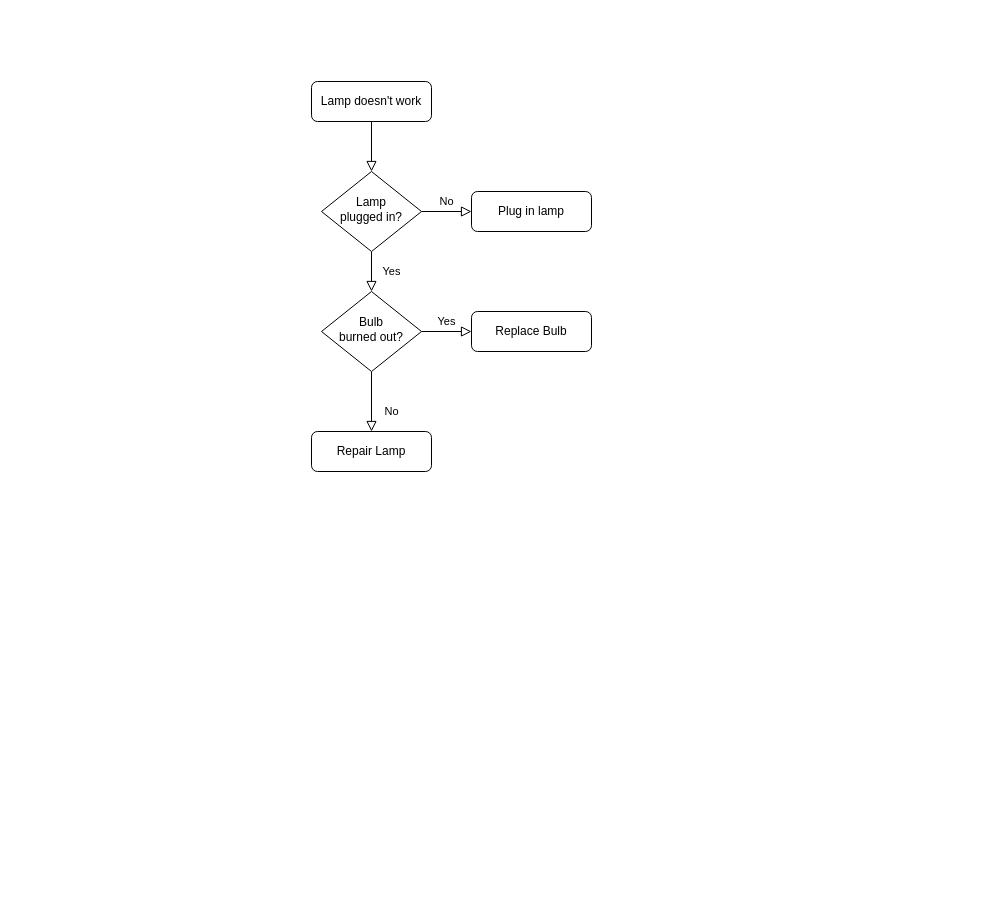
Above: 微信預警掃碼機制.drawio in YaoKaiPeng/z-my-draw.io (draw.io), before the change. Source tidied: cells renumbered, new cells numbered last; positions are measured from the earlier drawing's top-left corner, leaving out a move shared by most shapes. Both pictures are drawn from the tidied source at 100%, with x=0, y=0 at pixel (311, 81). Pictures stored in the file or linked from it are replaced by grey dashed boxes.
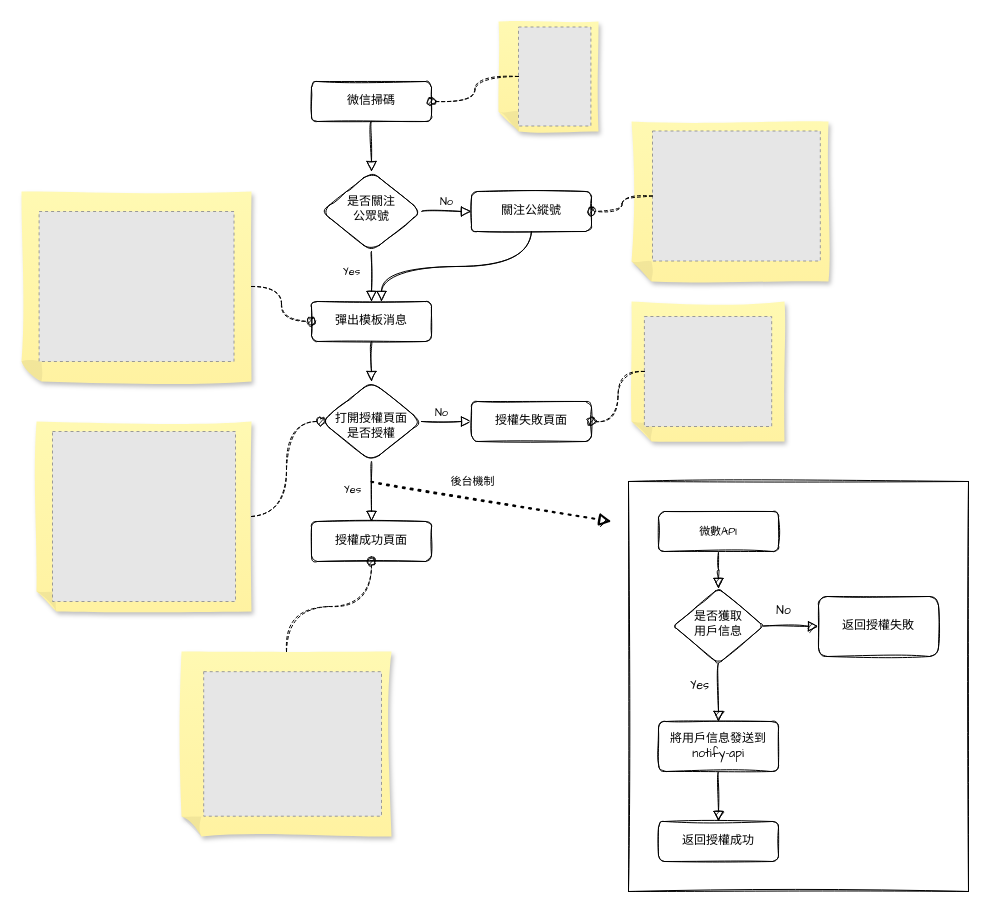
Above is the later version.

Commit message:
更新微信預警掃碼機制.drawio

The edit, as a diff of the source:
```diff
@@
+    <mxCell id="13" style="rounded=0;whiteSpace=wrap;html=1;shadow=0;sketch=1;fontFamily=Architects Daughter;fontSize=12;fontColor=default;strokeColor=default;strokeWidth=1;fillColor=none;" parent="1" vertex="1">
+      <mxGeometry x="317" y="400" width="340" height="410" as="geometry" />
+    </mxCell>
-    <mxCell id="2" style="rounded=0;html=1;jettySize=auto;fontSize=11;endArrow=block;endFill=0;endSize=8;strokeWidth=1;shadow=0;labelBackgroundColor=none;edgeStyle=orthogonalEdgeStyle;" parent="1" edge="1" source="3" target="6">
+    <mxCell id="2" style="rounded=1;html=1;jettySize=auto;fontSize=11;endArrow=block;endFill=0;endSize=8;strokeWidth=1;shadow=0;labelBackgroundColor=none;edgeStyle=orthogonalEdgeStyle;sketch=1;curved=1;fontFamily=Architects Daughter;" parent="1" edge="1" source="3" target="6">
       <mxGeometry relative="1" as="geometry" />
     </mxCell>
-    <mxCell id="3" value="Lamp doesn't work" style="rounded=1;whiteSpace=wrap;html=1;fontSize=12;glass=0;strokeWidth=1;shadow=0;" parent="1" vertex="1">
+    <mxCell id="3" value="&lt;font&gt;微信掃碼&lt;/font&gt;" style="rounded=1;whiteSpace=wrap;html=1;fontSize=12;glass=0;strokeWidth=1;shadow=0;sketch=1;fontFamily=Architects Daughter;" parent="1" vertex="1">
       <mxGeometry width="120" height="40" as="geometry" />
     </mxCell>
-    <mxCell id="4" value="Yes" style="rounded=0;html=1;jettySize=auto;fontSize=11;endArrow=block;endFill=0;endSize=8;strokeWidth=1;shadow=0;labelBackgroundColor=none;edgeStyle=orthogonalEdgeStyle;" parent="1" edge="1" source="6" target="10">
-      <mxGeometry y="20" relative="1" as="geometry" />
+    <mxCell id="4" value="Yes" style="rounded=1;html=1;jettySize=auto;fontSize=11;endArrow=block;endFill=0;endSize=8;strokeWidth=1;shadow=0;labelBackgroundColor=none;edgeStyle=orthogonalEdgeStyle;sketch=1;curved=1;entryX=0.5;entryY=0;entryDx=0;entryDy=0;fontFamily=Architects Daughter;" parent="1" edge="1" source="6" target="16">
+      <mxGeometry x="-0.2" y="-20" relative="1" as="geometry" />
     </mxCell>
-    <mxCell id="5" value="No" style="edgeStyle=orthogonalEdgeStyle;rounded=0;html=1;jettySize=auto;fontSize=11;endArrow=block;endFill=0;endSize=8;strokeWidth=1;shadow=0;labelBackgroundColor=none;" parent="1" edge="1" source="6" target="7">
+    <mxCell id="5" value="No" style="edgeStyle=orthogonalEdgeStyle;rounded=1;html=1;jettySize=auto;fontSize=11;endArrow=block;endFill=0;endSize=8;strokeWidth=1;shadow=0;labelBackgroundColor=none;sketch=1;curved=1;fontFamily=Architects Daughter;" parent="1" edge="1" source="6" target="7">
       <mxGeometry y="10" relative="1" as="geometry" />
     </mxCell>
-    <mxCell id="6" value="Lamp&lt;br&gt;plugged in?" style="rhombus;whiteSpace=wrap;html=1;shadow=0;fontFamily=Helvetica;fontSize=12;align=center;strokeWidth=1;spacing=6;spacingTop=-4;" parent="1" vertex="1">
+    <mxCell id="6" value="是否關注&lt;br&gt;公眾號" style="rhombus;whiteSpace=wrap;html=1;shadow=0;fontFamily=Architects Daughter;fontSize=12;align=center;strokeWidth=1;spacing=6;spacingTop=-4;sketch=1;rounded=1;" parent="1" vertex="1">
       <mxGeometry x="10" y="90" width="100" height="80" as="geometry" />
     </mxCell>
+    <mxCell id="14" style="edgeStyle=orthogonalEdgeStyle;shape=connector;curved=1;rounded=1;sketch=1;jettySize=auto;html=1;exitX=0.5;exitY=1;exitDx=0;exitDy=0;entryX=0.583;entryY=0;entryDx=0;entryDy=0;entryPerimeter=0;shadow=0;labelBackgroundColor=none;fontFamily=Architects Daughter;fontSize=11;fontColor=default;endArrow=block;endFill=0;endSize=8;strokeColor=default;strokeWidth=1;" parent="1" edge="1" source="7" target="16">
+      <mxGeometry relative="1" as="geometry" />
+    </mxCell>
-    <mxCell id="7" value="Plug in lamp" style="rounded=1;whiteSpace=wrap;html=1;fontSize=12;glass=0;strokeWidth=1;shadow=0;" parent="1" vertex="1">
+    <mxCell id="7" value="關注公縱號" style="rounded=1;whiteSpace=wrap;html=1;fontSize=12;glass=0;strokeWidth=1;shadow=0;sketch=1;fontFamily=Architects Daughter;" parent="1" vertex="1">
       <mxGeometry x="160" y="110" width="120" height="40" as="geometry" />
     </mxCell>
-    <mxCell id="8" value="No" style="rounded=0;html=1;jettySize=auto;fontSize=11;endArrow=block;endFill=0;endSize=8;strokeWidth=1;shadow=0;labelBackgroundColor=none;edgeStyle=orthogonalEdgeStyle;" parent="1" edge="1" source="10" target="11">
-      <mxGeometry x="0.33" y="20" relative="1" as="geometry" />
-    </mxCell>
-    <mxCell id="9" value="Yes" style="edgeStyle=orthogonalEdgeStyle;rounded=0;html=1;jettySize=auto;fontSize=11;endArrow=block;endFill=0;endSize=8;strokeWidth=1;shadow=0;labelBackgroundColor=none;" parent="1" edge="1" source="10" target="12">
-      <mxGeometry y="10" relative="1" as="geometry" />
-    </mxCell>
-    <mxCell id="10" value="Bulb&lt;br&gt;burned out?" style="rhombus;whiteSpace=wrap;html=1;shadow=0;fontFamily=Helvetica;fontSize=12;align=center;strokeWidth=1;spacing=6;spacingTop=-4;" parent="1" vertex="1">
-      <mxGeometry x="10" y="210" width="100" height="80" as="geometry" />
-    </mxCell>
-    <mxCell id="11" value="Repair Lamp" style="rounded=1;whiteSpace=wrap;html=1;fontSize=12;glass=0;strokeWidth=1;shadow=0;" parent="1" vertex="1">
-      <mxGeometry y="350" width="120" height="40" as="geometry" />
-    </mxCell>
-    <mxCell id="12" value="Replace Bulb" style="rounded=1;whiteSpace=wrap;html=1;fontSize=12;glass=0;strokeWidth=1;shadow=0;" parent="1" vertex="1">
-      <mxGeometry x="160" y="230" width="120" height="40" as="geometry" />
-    </mxCell>
+    <mxCell id="15" style="edgeStyle=none;curved=1;rounded=1;sketch=1;hachureGap=4;jettySize=auto;html=1;entryX=0.5;entryY=0;entryDx=0;entryDy=0;fontFamily=Architects Daughter;fontSize=11;endArrow=block;startSize=14;endSize=8;sourcePerimeterSpacing=8;targetPerimeterSpacing=8;labelBackgroundColor=none;endFill=0;strokeWidth=1;shadow=0;exitX=0.5;exitY=1;exitDx=0;exitDy=0;" parent="1" edge="1" source="16" target="21">
+      <mxGeometry relative="1" as="geometry" />
+    </mxCell>
+    <mxCell id="16" value="&lt;font&gt;彈出模板消息&lt;/font&gt;" style="rounded=1;whiteSpace=wrap;html=1;fontSize=12;glass=0;strokeWidth=1;shadow=0;sketch=1;fontFamily=Architects Daughter;" parent="1" vertex="1">
+      <mxGeometry y="220" width="120" height="40" as="geometry" />
+    </mxCell>
+    <mxCell id="17" style="edgeStyle=orthogonalEdgeStyle;shape=connector;curved=1;rounded=1;sketch=1;jettySize=auto;html=1;exitX=1;exitY=0.5;exitDx=0;exitDy=0;shadow=0;labelBackgroundColor=none;fontFamily=Architects Daughter;fontSize=11;fontColor=default;endArrow=block;endFill=0;endSize=8;strokeColor=default;strokeWidth=1;" parent="1" edge="1" source="21">
+      <mxGeometry relative="1" as="geometry">
+        <mxPoint x="160" y="340" as="targetPoint" />
+      </mxGeometry>
+    </mxCell>
+    <mxCell id="18" value="No" style="edgeLabel;html=1;align=center;verticalAlign=middle;fontSize=11;fontFamily=Architects Daughter;fontColor=default;" parent="17" vertex="1">
+      <mxGeometry x="-0.26" relative="1" as="geometry">
+        <mxPoint y="-10" as="offset" />
+      </mxGeometry>
+    </mxCell>
+    <mxCell id="19" style="edgeStyle=orthogonalEdgeStyle;shape=connector;curved=1;rounded=1;sketch=1;jettySize=auto;html=1;shadow=0;labelBackgroundColor=none;fontFamily=Architects Daughter;fontSize=11;fontColor=default;endArrow=block;endFill=0;endSize=8;strokeColor=default;strokeWidth=1;entryX=0.5;entryY=0;entryDx=0;entryDy=0;" parent="1" edge="1" source="21" target="23">
+      <mxGeometry relative="1" as="geometry" />
+    </mxCell>
+    <mxCell id="20" value="Yes" style="edgeLabel;html=1;align=center;verticalAlign=middle;fontSize=11;fontFamily=Architects Daughter;fontColor=default;" parent="19" vertex="1">
+      <mxGeometry x="-0.1" relative="1" as="geometry">
+        <mxPoint x="-20" as="offset" />
+      </mxGeometry>
+    </mxCell>
+    <mxCell id="21" value="&lt;span style=&quot;&quot;&gt;&lt;br&gt;打開授權頁面&lt;br&gt;是否授權&lt;br&gt;&lt;/span&gt;" style="rhombus;whiteSpace=wrap;html=1;shadow=0;fontFamily=Architects Daughter;fontSize=12;align=center;strokeWidth=1;spacing=6;spacingTop=-4;sketch=1;rounded=1;" parent="1" vertex="1">
+      <mxGeometry x="10" y="300" width="100" height="80" as="geometry" />
+    </mxCell>
+    <mxCell id="22" value="授權失敗頁面" style="rounded=1;whiteSpace=wrap;html=1;fontSize=12;glass=0;strokeWidth=1;shadow=0;sketch=1;fontFamily=Architects Daughter;" parent="1" vertex="1">
+      <mxGeometry x="160" y="320" width="120" height="40" as="geometry" />
+    </mxCell>
+    <mxCell id="23" value="授權成功頁面" style="rounded=1;whiteSpace=wrap;html=1;fontSize=12;glass=0;strokeWidth=1;shadow=0;sketch=1;fontFamily=Architects Daughter;" parent="1" vertex="1">
+      <mxGeometry y="440" width="120" height="40" as="geometry" />
+    </mxCell>
+    <mxCell id="24" style="endArrow=block;dashed=1;html=1;dashPattern=1 3;strokeWidth=2;rounded=1;shadow=0;labelBackgroundColor=none;sketch=1;fontFamily=Architects Daughter;fontSize=11;fontColor=default;endSize=8;shape=connector;curved=1;endFill=1;" parent="1" edge="1">
+      <mxGeometry relative="1" as="geometry">
+        <mxPoint x="60" y="400" as="sourcePoint" />
+        <mxPoint x="300" y="440" as="targetPoint" />
+      </mxGeometry>
+    </mxCell>
+    <mxCell id="25" value="後台機制" style="edgeLabel;html=1;align=center;verticalAlign=middle;fontSize=11;fontFamily=Architects Daughter;fontColor=default;" parent="24" vertex="1">
+      <mxGeometry x="-0.17" y="4" relative="1" as="geometry">
+        <mxPoint y="-13" as="offset" />
+      </mxGeometry>
+    </mxCell>
+    <mxCell id="26" style="edgeStyle=orthogonalEdgeStyle;shape=connector;curved=1;rounded=1;sketch=1;jettySize=auto;html=1;shadow=0;labelBackgroundColor=none;fontFamily=Architects Daughter;fontSize=11;fontColor=default;endArrow=block;endFill=1;endSize=8;strokeColor=default;strokeWidth=1;" parent="1" edge="1" source="27" target="32">
+      <mxGeometry relative="1" as="geometry" />
+    </mxCell>
+    <mxCell id="27" value="&lt;font&gt;微數API&lt;/font&gt;" style="rounded=1;whiteSpace=wrap;html=1;sketch=1;hachureGap=4;fontFamily=Architects Daughter;fontSize=11;fontColor=default;" parent="1" vertex="1">
+      <mxGeometry x="347" y="430" width="120" height="40" as="geometry" />
+    </mxCell>
+    <mxCell id="28" style="edgeStyle=orthogonalEdgeStyle;shape=connector;curved=1;rounded=1;sketch=1;jettySize=auto;html=1;shadow=0;labelBackgroundColor=none;fontFamily=Architects Daughter;fontSize=12;fontColor=default;endArrow=block;endFill=1;endSize=8;strokeColor=default;strokeWidth=1;" parent="1" edge="1" source="32" target="33">
+      <mxGeometry relative="1" as="geometry" />
+    </mxCell>
+    <mxCell id="29" value="No" style="edgeLabel;html=1;align=center;verticalAlign=middle;fontSize=12;fontFamily=Architects Daughter;fontColor=default;" parent="28" vertex="1">
+      <mxGeometry x="-0.33" y="-2" relative="1" as="geometry">
+        <mxPoint y="-17" as="offset" />
+      </mxGeometry>
+    </mxCell>
+    <mxCell id="30" style="edgeStyle=orthogonalEdgeStyle;shape=connector;curved=1;rounded=1;sketch=1;jettySize=auto;html=1;shadow=0;labelBackgroundColor=none;fontFamily=Architects Daughter;fontSize=12;fontColor=default;endArrow=block;endFill=1;endSize=8;strokeColor=default;strokeWidth=1;" parent="1" edge="1" source="32" target="35">
+      <mxGeometry relative="1" as="geometry" />
+    </mxCell>
+    <mxCell id="31" value="Yes" style="edgeLabel;html=1;align=center;verticalAlign=middle;fontSize=12;fontFamily=Architects Daughter;fontColor=default;" parent="30" vertex="1">
+      <mxGeometry x="-0.23" y="-1" relative="1" as="geometry">
+        <mxPoint x="-19" as="offset" />
+      </mxGeometry>
+    </mxCell>
+    <mxCell id="32" value="是否獲取&lt;br&gt;用戶信息" style="rhombus;whiteSpace=wrap;html=1;sketch=1;hachureGap=4;fontFamily=Architects Daughter;fontSize=12;fontColor=default;shadow=0;strokeWidth=1;spacing=6;spacingTop=-4;rounded=1;align=center;arcSize=8;" parent="1" vertex="1">
+      <mxGeometry x="362" y="507" width="90" height="75" as="geometry" />
+    </mxCell>
+    <mxCell id="33" value="返回授權失敗" style="whiteSpace=wrap;html=1;rounded=1;shadow=0;sketch=1;fontFamily=Architects Daughter;fontSize=12;fontColor=default;strokeColor=default;strokeWidth=1;fillColor=default;" parent="1" vertex="1">
+      <mxGeometry x="507" y="515" width="120" height="60" as="geometry" />
+    </mxCell>
+    <mxCell id="34" style="edgeStyle=orthogonalEdgeStyle;shape=connector;curved=1;rounded=1;sketch=1;jettySize=auto;html=1;shadow=0;labelBackgroundColor=none;fontFamily=Architects Daughter;fontSize=12;fontColor=default;endArrow=block;endFill=1;endSize=8;strokeColor=default;strokeWidth=1;" parent="1" edge="1" source="35" target="36">
+      <mxGeometry relative="1" as="geometry" />
+    </mxCell>
+    <mxCell id="35" value="將用戶信息發送到notify-api" style="whiteSpace=wrap;html=1;rounded=1;shadow=0;sketch=1;fontFamily=Architects Daughter;fontSize=12;fontColor=default;strokeColor=default;strokeWidth=1;fillColor=default;" parent="1" vertex="1">
+      <mxGeometry x="347" y="640" width="120" height="50" as="geometry" />
+    </mxCell>
+    <mxCell id="36" value="返回授權成功" style="whiteSpace=wrap;html=1;rounded=1;shadow=0;sketch=1;fontFamily=Architects Daughter;fontSize=12;fontColor=default;strokeColor=default;strokeWidth=1;fillColor=default;" parent="1" vertex="1">
+      <mxGeometry x="347" y="740" width="120" height="40" as="geometry" />
+    </mxCell>
+    <mxCell id="37" style="group;" parent="1" vertex="1">
+      <mxGeometry x="187" y="-60" width="100" height="110" as="geometry" />
+    </mxCell>
+    <mxCell id="38" style="shape=note;whiteSpace=wrap;html=1;backgroundOutline=1;fontColor=#000000;darkOpacity=0.05;fillColor=#FFF9B2;strokeColor=none;fillStyle=solid;direction=west;gradientDirection=north;gradientColor=#FFF2A1;shadow=1;size=20;rounded=1;sketch=1;fontFamily=Architects Daughter;fontSize=12;" parent="37" vertex="1">
+      <mxGeometry width="100" height="110" as="geometry" />
+    </mxCell>
+    <mxCell id="39" style="fillColor=#E6E6E6;strokeColor=#999999;dashed=1;verticalLabelPosition=bottom;labelBackgroundColor=default;verticalAlign=top;" parent="37" vertex="1">
+      <mxGeometry x="20" y="5.5" width="72.4" height="99" as="geometry" />
+    </mxCell>
+    <mxCell id="40" style="group;" parent="1" vertex="1">
+      <mxGeometry x="320" y="40" width="197" height="160" as="geometry" />
+    </mxCell>
+    <mxCell id="41" style="shape=note;whiteSpace=wrap;html=1;backgroundOutline=1;fontColor=#000000;darkOpacity=0.05;fillColor=#FFF9B2;strokeColor=none;fillStyle=solid;direction=west;gradientDirection=north;gradientColor=#FFF2A1;shadow=1;size=20;rounded=1;sketch=1;fontFamily=Architects Daughter;fontSize=12;" parent="40" vertex="1">
+      <mxGeometry width="197" height="160" as="geometry" />
+    </mxCell>
+    <mxCell id="42" style="fillColor=#E6E6E6;strokeColor=#999999;dashed=1;verticalLabelPosition=bottom;labelBackgroundColor=default;verticalAlign=top;" parent="40" vertex="1">
+      <mxGeometry x="21" y="9.5" width="167.8" height="130" as="geometry" />
+    </mxCell>
+    <mxCell id="43" style="group;" parent="1" vertex="1">
+      <mxGeometry x="-290" y="110" width="230" height="190" as="geometry" />
+    </mxCell>
+    <mxCell id="44" style="shape=note;whiteSpace=wrap;html=1;backgroundOutline=1;fontColor=#000000;darkOpacity=0.05;fillColor=#FFF9B2;strokeColor=none;fillStyle=solid;direction=west;gradientDirection=north;gradientColor=#FFF2A1;shadow=1;size=20;rounded=1;sketch=1;fontFamily=Architects Daughter;fontSize=12;" parent="43" vertex="1">
+      <mxGeometry width="230" height="190" as="geometry" />
+    </mxCell>
+    <mxCell id="45" style="fillColor=#E6E6E6;strokeColor=#999999;dashed=1;verticalLabelPosition=bottom;labelBackgroundColor=default;verticalAlign=top;" parent="43" vertex="1">
+      <mxGeometry x="17.6" y="20" width="194.9" height="150" as="geometry" />
+    </mxCell>
+    <mxCell id="46" style="edgeStyle=orthogonalEdgeStyle;shape=connector;curved=1;rounded=1;sketch=1;jettySize=auto;html=1;exitX=0;exitY=0.5;exitDx=0;exitDy=0;exitPerimeter=0;entryX=0;entryY=0.5;entryDx=0;entryDy=0;shadow=0;labelBackgroundColor=none;fontFamily=Architects Daughter;fontSize=12;fontColor=default;endArrow=oval;endFill=1;endSize=8;strokeColor=default;strokeWidth=1;dashed=1;" parent="1" edge="1" source="44" target="16">
+      <mxGeometry relative="1" as="geometry" />
+    </mxCell>
+    <mxCell id="47" style="group;" parent="1" vertex="1">
+      <mxGeometry x="-275" y="340" width="215" height="190" as="geometry" />
+    </mxCell>
+    <mxCell id="48" style="shape=note;whiteSpace=wrap;html=1;backgroundOutline=1;fontColor=#000000;darkOpacity=0.05;fillColor=#FFF9B2;strokeColor=none;fillStyle=solid;direction=west;gradientDirection=north;gradientColor=#FFF2A1;shadow=1;size=20;rounded=1;sketch=1;fontFamily=Architects Daughter;fontSize=12;" parent="47" vertex="1">
+      <mxGeometry width="215" height="190" as="geometry" />
+    </mxCell>
+    <mxCell id="49" style="fillColor=#E6E6E6;strokeColor=#999999;dashed=1;verticalLabelPosition=bottom;labelBackgroundColor=default;verticalAlign=top;" parent="47" vertex="1">
+      <mxGeometry x="16" y="10" width="183" height="170" as="geometry" />
+    </mxCell>
+    <mxCell id="50" style="group;rotation=90;" parent="1" vertex="1">
+      <mxGeometry x="-130" y="570" width="210" height="185" as="geometry" />
+    </mxCell>
+    <mxCell id="51" style="shape=note;whiteSpace=wrap;html=1;backgroundOutline=1;fontColor=#000000;darkOpacity=0.05;fillColor=#FFF9B2;strokeColor=none;fillStyle=solid;direction=west;gradientDirection=north;gradientColor=#FFF2A1;shadow=1;size=20;rounded=1;sketch=1;fontFamily=Architects Daughter;fontSize=12;" parent="50" vertex="1">
+      <mxGeometry width="210" height="185" as="geometry" />
+    </mxCell>
+    <mxCell id="52" style="fillColor=#E6E6E6;strokeColor=#999999;dashed=1;verticalLabelPosition=bottom;labelBackgroundColor=default;verticalAlign=top;" parent="50" vertex="1">
+      <mxGeometry x="22.2" y="20.2" width="177.8" height="144.5" as="geometry" />
+    </mxCell>
+    <mxCell id="53" style="group;" parent="1" vertex="1">
+      <mxGeometry x="320" y="220" width="153" height="140" as="geometry" />
+    </mxCell>
+    <mxCell id="54" style="shape=note;whiteSpace=wrap;html=1;backgroundOutline=1;fontColor=#000000;darkOpacity=0.05;fillColor=#FFF9B2;strokeColor=none;fillStyle=solid;direction=west;gradientDirection=north;gradientColor=#FFF2A1;shadow=1;size=20;rounded=1;sketch=1;fontFamily=Architects Daughter;fontSize=12;" parent="53" vertex="1">
+      <mxGeometry width="153" height="140" as="geometry" />
+    </mxCell>
+    <mxCell id="55" style="fillColor=#E6E6E6;strokeColor=#999999;dashed=1;verticalLabelPosition=bottom;labelBackgroundColor=default;verticalAlign=top;" parent="53" vertex="1">
+      <mxGeometry x="12.9" y="15" width="127.3" height="110" as="geometry" />
+    </mxCell>
+    <mxCell id="56" style="edgeStyle=orthogonalEdgeStyle;shape=connector;curved=1;rounded=1;sketch=1;jettySize=auto;html=1;entryX=1;entryY=0.5;entryDx=0;entryDy=0;shadow=0;labelBackgroundColor=none;fontFamily=Architects Daughter;fontSize=12;fontColor=default;endArrow=oval;endFill=1;endSize=8;strokeColor=default;strokeWidth=1;dashed=1;" parent="1" edge="1" source="39" target="3">
+      <mxGeometry relative="1" as="geometry" />
+    </mxCell>
+    <mxCell id="57" style="edgeStyle=orthogonalEdgeStyle;shape=connector;curved=1;rounded=1;sketch=1;jettySize=auto;html=1;entryX=1;entryY=0.5;entryDx=0;entryDy=0;shadow=0;labelBackgroundColor=none;fontFamily=Architects Daughter;fontSize=12;fontColor=default;endArrow=oval;endFill=1;endSize=8;strokeColor=default;strokeWidth=1;dashed=1;" parent="1" edge="1" source="42" target="7">
+      <mxGeometry relative="1" as="geometry" />
+    </mxCell>
+    <mxCell id="58" style="edgeStyle=orthogonalEdgeStyle;shape=connector;curved=1;rounded=1;sketch=1;jettySize=auto;html=1;entryX=1;entryY=0.5;entryDx=0;entryDy=0;shadow=0;labelBackgroundColor=none;fontFamily=Architects Daughter;fontSize=12;fontColor=default;endArrow=oval;endFill=1;endSize=8;strokeColor=default;strokeWidth=1;dashed=1;" parent="1" edge="1" source="55" target="22">
+      <mxGeometry relative="1" as="geometry" />
+    </mxCell>
+    <mxCell id="59" style="edgeStyle=orthogonalEdgeStyle;shape=connector;curved=1;rounded=1;sketch=1;jettySize=auto;html=1;entryX=0.5;entryY=1;entryDx=0;entryDy=0;shadow=0;labelBackgroundColor=none;fontFamily=Architects Daughter;fontSize=12;fontColor=default;endArrow=oval;endFill=1;endSize=8;strokeColor=default;strokeWidth=1;dashed=1;" parent="1" edge="1" source="51" target="23">
+      <mxGeometry relative="1" as="geometry" />
+    </mxCell>
+    <mxCell id="60" style="edgeStyle=orthogonalEdgeStyle;shape=connector;curved=1;rounded=1;sketch=1;jettySize=auto;html=1;exitX=0;exitY=0.5;exitDx=0;exitDy=0;exitPerimeter=0;entryX=0;entryY=0.5;entryDx=0;entryDy=0;shadow=0;labelBackgroundColor=none;fontFamily=Architects Daughter;fontSize=12;fontColor=default;endArrow=oval;endFill=1;endSize=8;strokeColor=default;strokeWidth=1;dashed=1;" parent="1" edge="1" source="48" target="21">
+      <mxGeometry relative="1" as="geometry" />
+    </mxCell>
```
